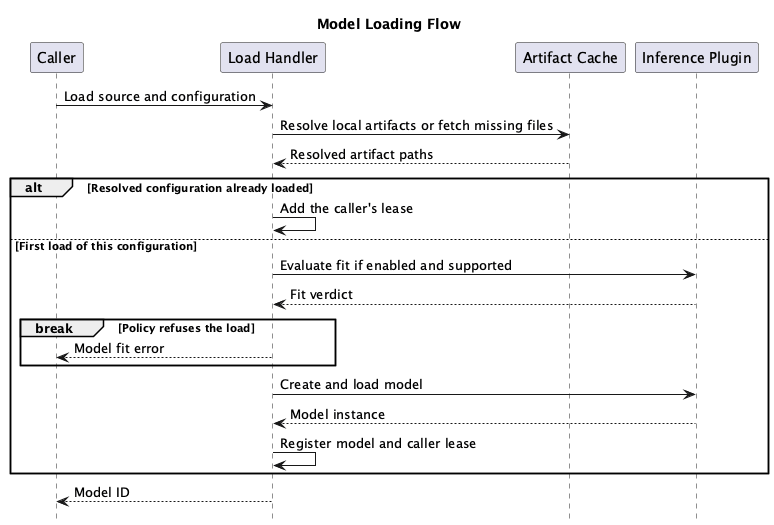
Above: docs/architecture/puml/images/08-model-loading-flow.png in tetherto/qvac (PlantUML), before the change.
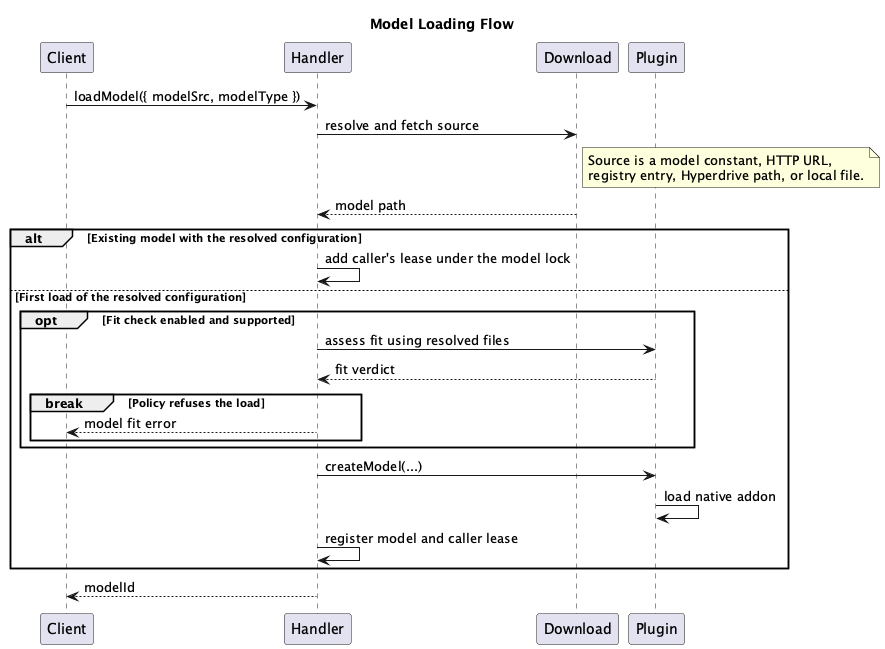
After the commit.

The edit, as a diff of the source:
```diff
@@ -1,28 +1,34 @@
 @startuml
 title Model Loading Flow
-hide footbox
 
-participant "Caller" as Caller
-participant "Load Handler" as Load
-participant "Artifact Cache" as Cache
-participant "Inference Plugin" as Plugin
+participant "Client" as Client
+participant "Handler" as Handler
+participant "Download" as Download
+participant "Plugin" as Plugin
 
-Caller -> Load : Load source and configuration
-Load -> Cache : Resolve local artifacts or fetch missing files
-Cache --> Load : Resolved artifact paths
+Client -> Handler : loadModel({ modelSrc, modelType })
+Handler -> Download : resolve and fetch source
 
-alt Resolved configuration already loaded
-    Load -> Load : Add the caller's lease
-else First load of this configuration
-    Load -> Plugin : Evaluate fit if enabled and supported
-    Plugin --> Load : Fit verdict
-    break Policy refuses the load
-        Load --> Caller : Model fit error
+note right of Download
+  Source is a model constant, HTTP URL,
+  registry entry, Hyperdrive path, or local file.
+end note
+
+Download --> Handler : model path
+alt Existing model with the resolved configuration
+    Handler -> Handler : add caller's lease under the model lock
+else First load of the resolved configuration
+    opt Fit check enabled and supported
+        Handler -> Plugin : assess fit using resolved files
+        Plugin --> Handler : fit verdict
+        break Policy refuses the load
+            Handler --> Client : model fit error
+        end
     end
-    Load -> Plugin : Create and load model
-    Plugin --> Load : Model instance
-    Load -> Load : Register model and caller lease
+    Handler -> Plugin : createModel(...)
+    Plugin -> Plugin : load native addon
+    Handler -> Handler : register model and caller lease
 end
+Handler --> Client : modelId
 
-Load --> Caller : Model ID
 @enduml
```
